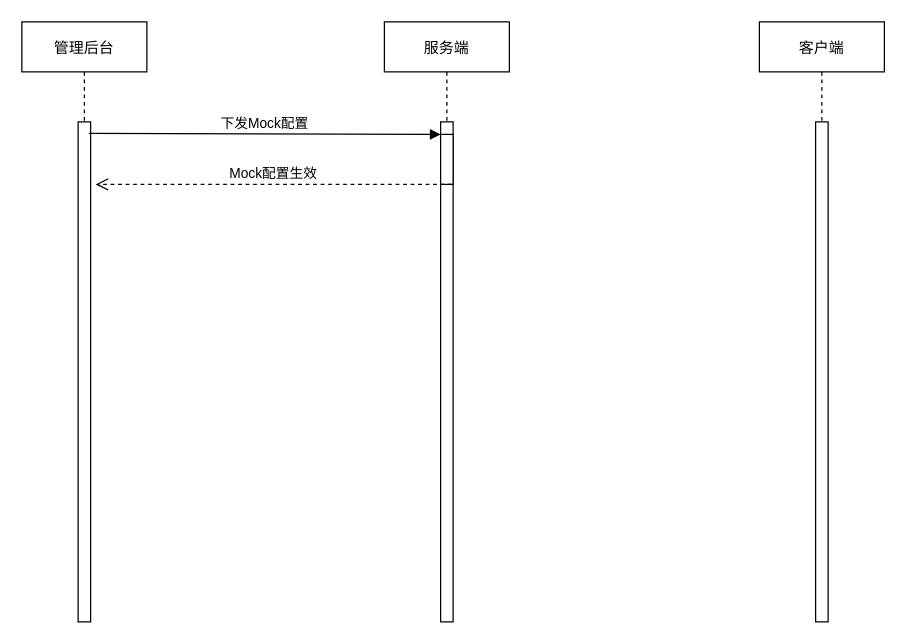
This is cdn/Mock.drawio from ganziwen/diagrams, a draw.io file, before an edit. Source tidied: cells renumbered, new cells numbered last; positions are measured from the earlier drawing's top-left corner, leaving out a move shared by most shapes. Both pictures are drawn from the tidied source at 125%, with x=0, y=0 at pixel (21, 21).
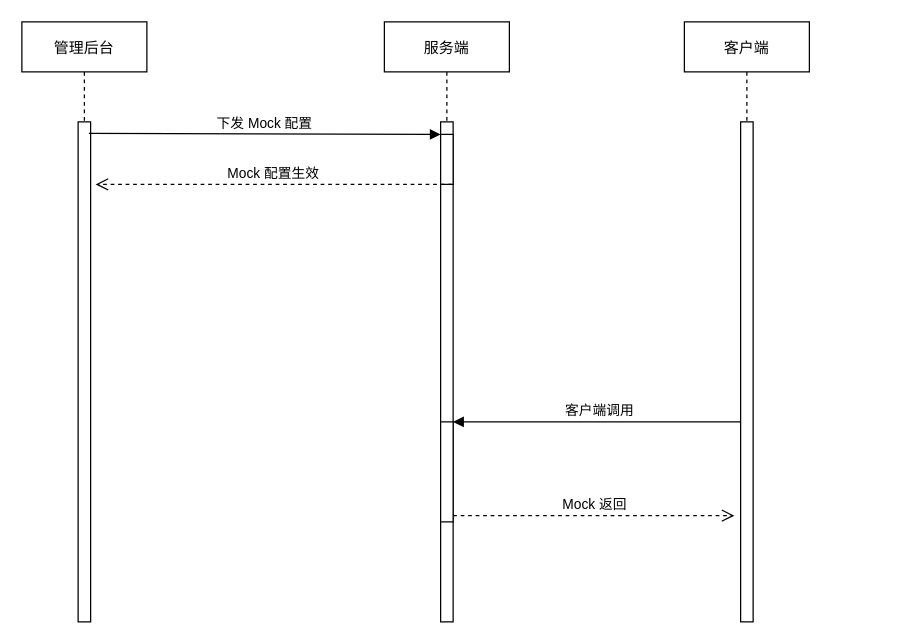
The same page after the edit.

The edit, as a diff of the source:
```diff
@@
 <mxGraphModel>
   <root>
     <mxCell id="0" />
     <mxCell id="1" parent="0" />
     <mxCell id="2" value="管理后台" style="shape=umlLifeline;perimeter=lifelinePerimeter;rounded=0;shadow=0;strokeWidth=1;" parent="1" vertex="1">
       <mxGeometry width="100" height="480" as="geometry" />
     </mxCell>
     <mxCell id="3" style="points=[];perimeter=orthogonalPerimeter;rounded=0;shadow=0;strokeWidth=1;" parent="2" vertex="1">
       <mxGeometry x="45" y="80" width="10" height="400" as="geometry" />
     </mxCell>
     <mxCell id="4" value="服务端" style="shape=umlLifeline;perimeter=lifelinePerimeter;rounded=0;shadow=0;strokeWidth=1;" parent="1" vertex="1">
       <mxGeometry x="290" width="100" height="480" as="geometry" />
     </mxCell>
     <mxCell id="5" style="perimeter=orthogonalPerimeter;rounded=0;shadow=0;strokeWidth=1;" parent="4" vertex="1">
       <mxGeometry x="45" y="80" width="10" height="400" as="geometry" />
     </mxCell>
     <mxCell id="6" style="html=1;points=[];perimeter=orthogonalPerimeter;outlineConnect=0;targetShapes=umlLifeline;portConstraint=eastwest;newEdgeStyle={&quot;edgeStyle&quot;:&quot;elbowEdgeStyle&quot;,&quot;elbow&quot;:&quot;vertical&quot;,&quot;curved&quot;:0,&quot;rounded&quot;:0};" parent="4" vertex="1">
       <mxGeometry x="45" y="90" width="10" height="40" as="geometry" />
     </mxCell>
+    <mxCell id="11" style="html=1;points=[];perimeter=orthogonalPerimeter;outlineConnect=0;targetShapes=umlLifeline;portConstraint=eastwest;newEdgeStyle={&quot;edgeStyle&quot;:&quot;elbowEdgeStyle&quot;,&quot;elbow&quot;:&quot;vertical&quot;,&quot;curved&quot;:0,&quot;rounded&quot;:0};" parent="4" vertex="1">
+      <mxGeometry x="45" y="320" width="10" height="80" as="geometry" />
+    </mxCell>
+    <mxCell id="12" value="客户端调用" style="html=1;verticalAlign=bottom;endArrow=block;edgeStyle=elbowEdgeStyle;elbow=vertical;curved=0;rounded=0;" parent="4" edge="1" target="11">
+      <mxGeometry relative="1" as="geometry">
+        <mxPoint x="290" y="320" as="sourcePoint" />
+      </mxGeometry>
+    </mxCell>
+    <mxCell id="13" value="Mock 返回" style="html=1;verticalAlign=bottom;endArrow=open;dashed=1;endSize=8;edgeStyle=elbowEdgeStyle;elbow=vertical;curved=0;rounded=0;" parent="4" edge="1" source="11">
+      <mxGeometry relative="1" as="geometry">
+        <mxPoint x="280" y="395" as="targetPoint" />
+      </mxGeometry>
+    </mxCell>
     <mxCell id="7" value="客户端" style="shape=umlLifeline;perimeter=lifelinePerimeter;rounded=0;shadow=0;strokeWidth=1;" parent="1" vertex="1">
-      <mxGeometry x="590" width="100" height="480" as="geometry" />
+      <mxGeometry x="530" width="100" height="480" as="geometry" />
     </mxCell>
     <mxCell id="8" style="perimeter=orthogonalPerimeter;rounded=0;shadow=0;strokeWidth=1;" parent="7" vertex="1">
       <mxGeometry x="45" y="80" width="10" height="400" as="geometry" />
     </mxCell>
-    <mxCell id="9" value="下发Mock配置" style="html=1;verticalAlign=bottom;endArrow=block;edgeStyle=elbowEdgeStyle;elbow=vertical;curved=0;rounded=0;exitX=0.86;exitY=0.023;exitDx=0;exitDy=0;exitPerimeter=0;" parent="1" edge="1" source="3" target="6">
+    <mxCell id="9" value="下发 Mock 配置" style="html=1;verticalAlign=bottom;endArrow=block;edgeStyle=elbowEdgeStyle;elbow=vertical;curved=0;rounded=0;exitX=0.86;exitY=0.023;exitDx=0;exitDy=0;exitPerimeter=0;" parent="1" edge="1" source="3" target="6">
       <mxGeometry relative="1" as="geometry" />
     </mxCell>
-    <mxCell id="10" value="Mock配置生效" style="html=1;verticalAlign=bottom;endArrow=open;dashed=1;endSize=8;edgeStyle=elbowEdgeStyle;elbow=vertical;curved=0;rounded=0;" parent="1" edge="1">
+    <mxCell id="10" value="Mock 配置生效" style="html=1;verticalAlign=bottom;endArrow=open;dashed=1;endSize=8;edgeStyle=elbowEdgeStyle;elbow=horizontal;curved=0;rounded=0;" parent="1" edge="1">
       <mxGeometry relative="1" as="geometry">
         <mxPoint x="344" y="130" as="sourcePoint" />
         <mxPoint x="59" y="130" as="targetPoint" />
       </mxGeometry>
     </mxCell>
   </root>
 </mxGraphModel>
```
